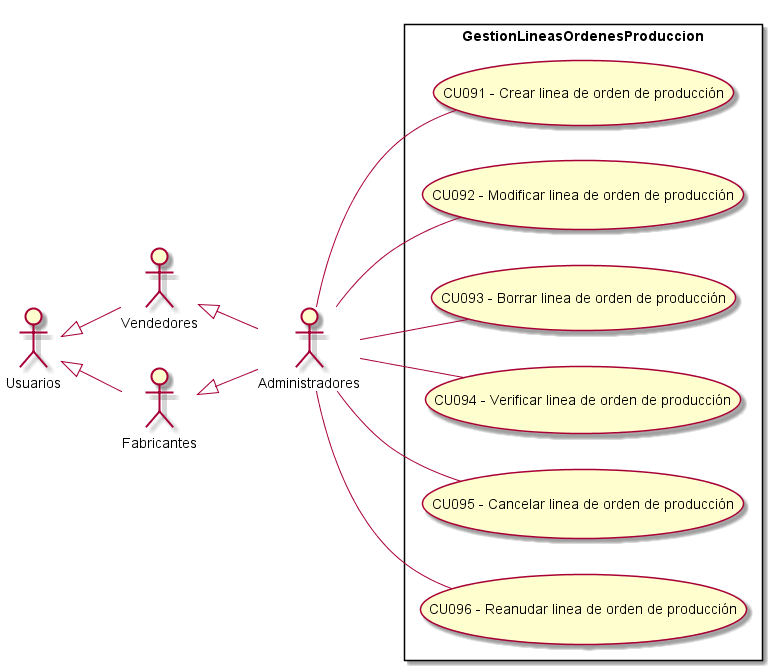
Above: Informe Final/Imagenes/ModeladoDeCasosDeUso/DiagramaDeCasosDeUso/GestionLineasOrdenesProduccion.png in ZMGestion/DocumentacionZMGestion (PlantUML), before the change.
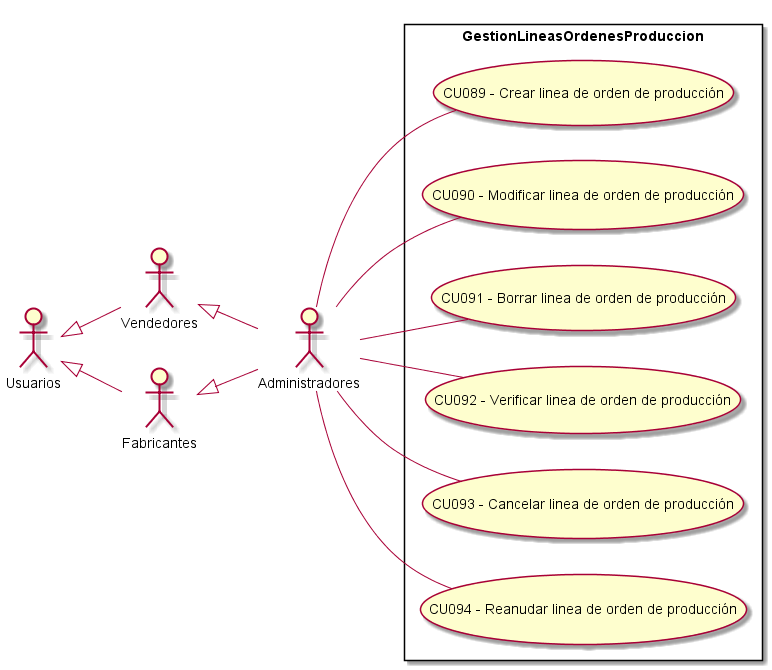
The same file after the commit.

The edit, as a diff of the source:
```diff
@@ -13,12 +13,12 @@
  left to right direction
 
 rectangle GestionLineasOrdenesProduccion{
-    UseCase "CU091 - Crear linea de orden de producción" as C
-    UseCase "CU092 - Modificar linea de orden de producción" as M
-    UseCase "CU093 - Borrar linea de orden de producción" as B
-    UseCase "CU094 - Verificar linea de orden de producción" as Verificar
-    UseCase "CU095 - Cancelar linea de orden de producción" as Cancelar
-    UseCase "CU096 - Reanudar linea de orden de producción" as Reanudar
+    UseCase "CU089 - Crear linea de orden de producción" as C
+    UseCase "CU090 - Modificar linea de orden de producción" as M
+    UseCase "CU091 - Borrar linea de orden de producción" as B
+    UseCase "CU092 - Verificar linea de orden de producción" as Verificar
+    UseCase "CU093 - Cancelar linea de orden de producción" as Cancelar
+    UseCase "CU094 - Reanudar linea de orden de producción" as Reanudar
 }
     Administradores -- C
     Administradores -- Verificar
```
